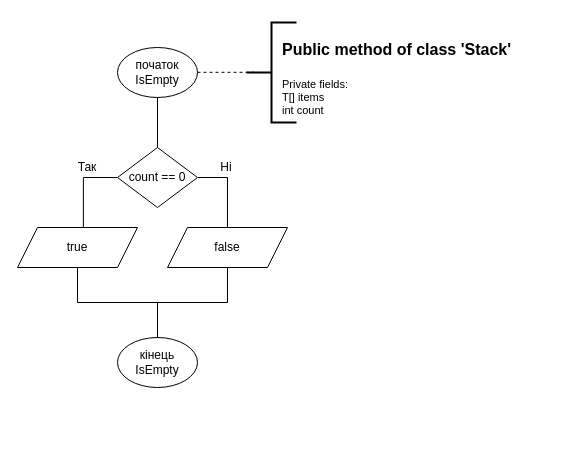
BelitskyiAlexandr/ads-belitskyi-kp01 keeps this draw.io diagram as page "IsEmpty Sk" (1 of 11) of lab_6/lab_6.drawio. Above is the earlier version. Source tidied: cells renumbered, new cells numbered last; positions are measured from the earlier drawing's top-left corner, leaving out a move shared by most shapes. Both pictures are drawn from the tidied source at 100%, with x=0, y=0 at pixel (17, 22).
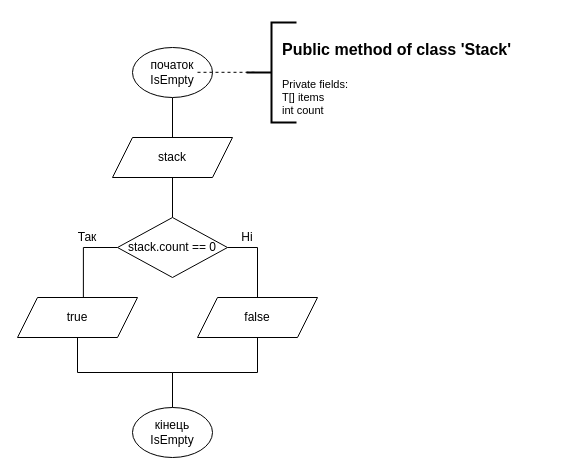
The same diagram, later.

What changed in the source:
```diff
@@
     <mxCell id="3" value="початок&lt;br&gt;IsEmpty" style="ellipse;whiteSpace=wrap;html=1;" parent="1" vertex="1">
-      <mxGeometry x="100" y="25" width="80" height="50" as="geometry" />
+      <mxGeometry x="115" y="25" width="80" height="50" as="geometry" />
     </mxCell>
@@
     <mxCell id="7" style="edgeStyle=orthogonalEdgeStyle;rounded=0;jettySize=auto;html=1;entryX=0.5;entryY=0;entryDx=0;entryDy=0;endArrow=none;endFill=0;" parent="1" edge="1" source="9" target="13">
       <mxGeometry relative="1" as="geometry">
         <Array as="points">
-          <mxPoint x="140" y="155" />
-          <mxPoint x="210" y="155" />
+          <mxPoint x="140" y="225" />
+          <mxPoint x="210" y="225" />
         </Array>
       </mxGeometry>
     </mxCell>
@@
-    <mxCell id="9" value="count == 0" style="rhombus;whiteSpace=wrap;html=1;" parent="1" vertex="1">
-      <mxGeometry x="100" y="125" width="80" height="60" as="geometry" />
+    <mxCell id="9" value="stack.count == 0" style="rhombus;whiteSpace=wrap;html=1;" parent="1" vertex="1">
+      <mxGeometry x="100" y="195" width="110" height="60" as="geometry" />
     </mxCell>
@@
     <mxCell id="11" value="true" style="shape=parallelogram;perimeter=parallelogramPerimeter;whiteSpace=wrap;html=1;fixedSize=1;" parent="1" vertex="1">
-      <mxGeometry y="205" width="120" height="40" as="geometry" />
+      <mxGeometry y="275" width="120" height="40" as="geometry" />
     </mxCell>
@@
     <mxCell id="13" value="false" style="shape=parallelogram;perimeter=parallelogramPerimeter;whiteSpace=wrap;html=1;fixedSize=1;" parent="1" vertex="1">
-      <mxGeometry x="150" y="205" width="120" height="40" as="geometry" />
+      <mxGeometry x="180" y="275" width="120" height="40" as="geometry" />
     </mxCell>
     <mxCell id="14" value="Ні" style="text;html=1;strokeColor=none;fillColor=none;align=center;verticalAlign=middle;whiteSpace=wrap;rounded=0;" parent="1" vertex="1">
-      <mxGeometry x="189" y="135" width="40" height="20" as="geometry" />
+      <mxGeometry x="210" y="205" width="40" height="20" as="geometry" />
     </mxCell>
     <mxCell id="15" value="Так" style="text;html=1;strokeColor=none;fillColor=none;align=center;verticalAlign=middle;whiteSpace=wrap;rounded=0;" parent="1" vertex="1">
-      <mxGeometry x="50" y="135" width="40" height="20" as="geometry" />
+      <mxGeometry x="50" y="205" width="40" height="20" as="geometry" />
     </mxCell>
     <mxCell id="16" value="кінець&lt;br&gt;IsEmpty" style="ellipse;whiteSpace=wrap;html=1;" parent="1" vertex="1">
-      <mxGeometry x="100" y="315" width="80" height="50" as="geometry" />
+      <mxGeometry x="115" y="385" width="80" height="50" as="geometry" />
     </mxCell>
+    <mxCell id="17" value="stack" style="shape=parallelogram;perimeter=parallelogramPerimeter;whiteSpace=wrap;html=1;fixedSize=1;" parent="1" vertex="1">
+      <mxGeometry x="95" y="115" width="120" height="40" as="geometry" />
+    </mxCell>
```
